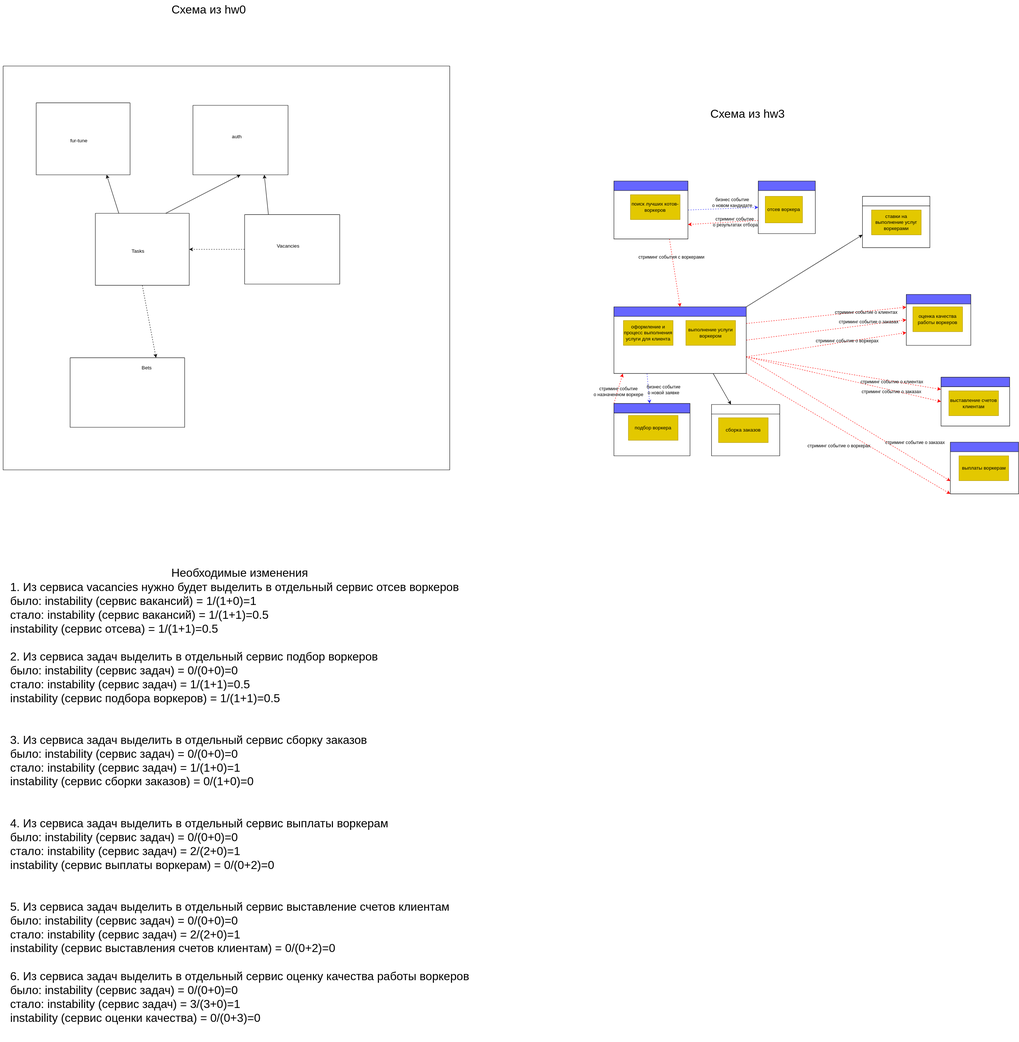
Earlier version of the draw.io export hw4/schema.svg (stroykova/make_cats_free_again). Source tidied: cells renumbered, new cells last; positions are measured from the earlier drawing's top-left corner, leaving out a move shared by most shapes.
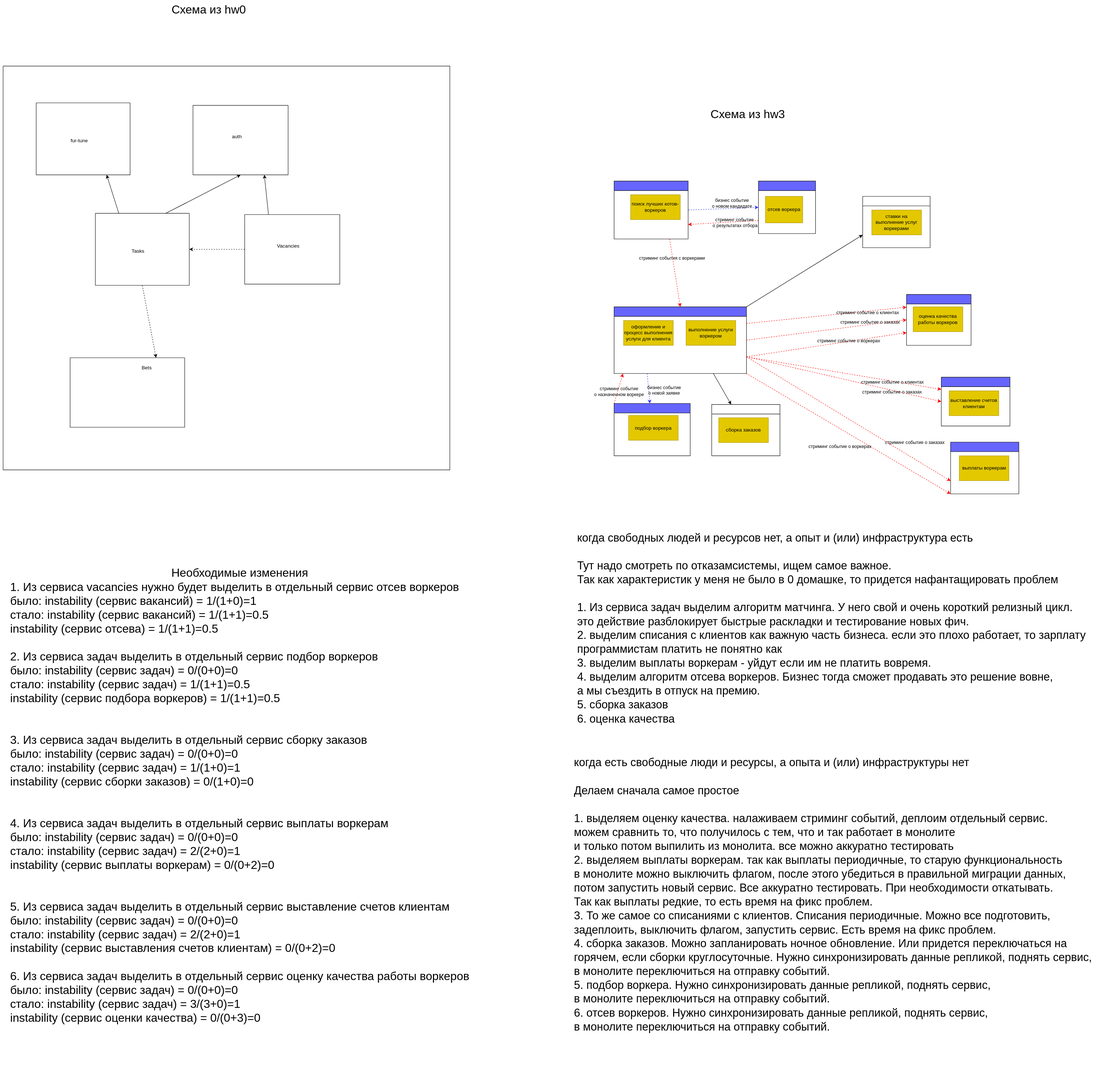
After the commit.

The edit, as a diff of the source:
```diff
@@ -213,5 +213,11 @@
     <mxCell id="66" value="auth" style="text;html=1;align=center;verticalAlign=middle;strokeColor=none;fillColor=none;" parent="65" vertex="1">
       <mxGeometry x="85" y="63" width="41" height="26" as="geometry" />
     </mxCell>
+    <mxCell id="67" value="&lt;div style=&quot;text-align: left;&quot;&gt;&lt;span style=&quot;background-color: initial; font-family: &amp;quot;PT Root UI&amp;quot;, sans-serif; font-size: 27px; caret-color: rgb(55, 53, 47);&quot;&gt;когда свободных людей и ресурсов нет, а опыт и (или) инфраструктура есть&lt;/span&gt;&lt;/div&gt;&lt;div style=&quot;text-align: left;&quot;&gt;&lt;span style=&quot;background-color: initial; font-family: &amp;quot;PT Root UI&amp;quot;, sans-serif; font-size: 27px; caret-color: rgb(55, 53, 47);&quot;&gt;&lt;br&gt;&lt;/span&gt;&lt;/div&gt;&lt;div style=&quot;text-align: left;&quot;&gt;&lt;font face=&quot;PT Root UI, sans-serif&quot;&gt;&lt;span style=&quot;font-size: 27px; caret-color: rgb(55, 53, 47);&quot;&gt;Тут надо смотреть по отказамсистемы, ищем самое важное.&amp;nbsp;&lt;/span&gt;&lt;/font&gt;&lt;/div&gt;&lt;div style=&quot;text-align: left;&quot;&gt;&lt;font face=&quot;PT Root UI, sans-serif&quot;&gt;&lt;span style=&quot;font-size: 27px; caret-color: rgb(55, 53, 47);&quot;&gt;Так как характеристик у меня не было в 0 домашке, то придется нафантащировать проблем&lt;/span&gt;&lt;/font&gt;&lt;/div&gt;&lt;div style=&quot;text-align: left;&quot;&gt;&lt;font face=&quot;PT Root UI, sans-serif&quot;&gt;&lt;span style=&quot;font-size: 27px; caret-color: rgb(55, 53, 47);&quot;&gt;&lt;br&gt;&lt;/span&gt;&lt;/font&gt;&lt;/div&gt;&lt;div style=&quot;text-align: left;&quot;&gt;&lt;font face=&quot;PT Root UI, sans-serif&quot;&gt;&lt;span style=&quot;font-size: 27px; caret-color: rgb(55, 53, 47);&quot;&gt;1. Из сервиса задач выделим алгоритм матчинга. У него свой и очень короткий релизный цикл.&lt;/span&gt;&lt;/font&gt;&lt;/div&gt;&lt;div style=&quot;text-align: left;&quot;&gt;&lt;font face=&quot;PT Root UI, sans-serif&quot;&gt;&lt;span style=&quot;font-size: 27px; caret-color: rgb(55, 53, 47);&quot;&gt;это действие разблокирует быстрые раскладки и тестирование новых фич.&lt;/span&gt;&lt;/font&gt;&lt;/div&gt;&lt;div style=&quot;text-align: left;&quot;&gt;&lt;font face=&quot;PT Root UI, sans-serif&quot;&gt;&lt;span style=&quot;font-size: 27px; caret-color: rgb(55, 53, 47);&quot;&gt;2. выделим списания с клиентов как важную часть бизнеса. если это плохо работает, то зарплату&amp;nbsp;&lt;/span&gt;&lt;/font&gt;&lt;/div&gt;&lt;div style=&quot;text-align: left;&quot;&gt;&lt;font face=&quot;PT Root UI, sans-serif&quot;&gt;&lt;span style=&quot;font-size: 27px; caret-color: rgb(55, 53, 47);&quot;&gt;программистам платить не понятно как&lt;/span&gt;&lt;/font&gt;&lt;/div&gt;&lt;div style=&quot;text-align: left;&quot;&gt;&lt;font face=&quot;PT Root UI, sans-serif&quot;&gt;&lt;span style=&quot;font-size: 27px; caret-color: rgb(55, 53, 47);&quot;&gt;3. выделим выплаты воркерам - уйдут если им не платить вовремя.&lt;/span&gt;&lt;/font&gt;&lt;/div&gt;&lt;div style=&quot;text-align: left;&quot;&gt;&lt;div style=&quot;border-color: var(--border-color);&quot;&gt;&lt;font style=&quot;border-color: var(--border-color);&quot; face=&quot;PT Root UI, sans-serif&quot;&gt;&lt;span style=&quot;border-color: var(--border-color); font-size: 27px; caret-color: rgb(55, 53, 47);&quot;&gt;4. выделим алгоритм отсева воркеров. Бизнес тогда сможет продавать это решение вовне,&amp;nbsp;&lt;/span&gt;&lt;/font&gt;&lt;/div&gt;&lt;div style=&quot;border-color: var(--border-color);&quot;&gt;&lt;font style=&quot;border-color: var(--border-color);&quot; face=&quot;PT Root UI, sans-serif&quot;&gt;&lt;span style=&quot;border-color: var(--border-color); font-size: 27px; caret-color: rgb(55, 53, 47);&quot;&gt;а мы съездить в отпуск на премию.&lt;/span&gt;&lt;/font&gt;&lt;/div&gt;&lt;div style=&quot;border-color: var(--border-color);&quot;&gt;&lt;font style=&quot;border-color: var(--border-color);&quot; face=&quot;PT Root UI, sans-serif&quot;&gt;&lt;span style=&quot;border-color: var(--border-color); font-size: 27px; caret-color: rgb(55, 53, 47);&quot;&gt;5. сборка заказов&lt;/span&gt;&lt;/font&gt;&lt;/div&gt;&lt;div style=&quot;border-color: var(--border-color);&quot;&gt;&lt;font style=&quot;border-color: var(--border-color);&quot; face=&quot;PT Root UI, sans-serif&quot;&gt;&lt;span style=&quot;border-color: var(--border-color); font-size: 27px; caret-color: rgb(55, 53, 47);&quot;&gt;6. оценка качества&lt;/span&gt;&lt;/font&gt;&lt;/div&gt;&lt;div style=&quot;border-color: var(--border-color);&quot;&gt;&lt;font style=&quot;border-color: var(--border-color);&quot; face=&quot;PT Root UI, sans-serif&quot;&gt;&lt;span style=&quot;border-color: var(--border-color); font-size: 27px; caret-color: rgb(55, 53, 47);&quot;&gt;&lt;br&gt;&lt;/span&gt;&lt;/font&gt;&lt;/div&gt;&lt;div style=&quot;border-color: var(--border-color);&quot;&gt;&lt;font style=&quot;border-color: var(--border-color);&quot; face=&quot;PT Root UI, sans-serif&quot;&gt;&lt;span style=&quot;border-color: var(--border-color); font-size: 27px; caret-color: rgb(55, 53, 47);&quot;&gt;&lt;br&gt;&lt;/span&gt;&lt;/font&gt;&lt;/div&gt;&lt;/div&gt;&lt;div style=&quot;text-align: left;&quot;&gt;&lt;font face=&quot;PT Root UI, sans-serif&quot;&gt;&lt;span style=&quot;font-size: 27px; caret-color: rgb(55, 53, 47);&quot;&gt;&lt;br&gt;&lt;/span&gt;&lt;/font&gt;&lt;/div&gt;" style="text;html=1;align=center;verticalAlign=middle;strokeColor=none;fillColor=none;fontSize=28;" parent="1" vertex="1">
+      <mxGeometry x="1368" y="1276" width="1290" height="583" as="geometry" />
+    </mxCell>
+    <mxCell id="68" value="&lt;div style=&quot;text-align: left;&quot;&gt;&lt;span style=&quot;font-family: &amp;quot;PT Root UI&amp;quot;, sans-serif; caret-color: rgb(55, 53, 47); background-color: initial;&quot;&gt;&lt;font style=&quot;font-size: 27px;&quot;&gt;когда есть свободные люди и ресурсы, а опыта и (или) инфраструктуры нет&lt;/font&gt;&lt;/span&gt;&lt;br&gt;&lt;/div&gt;&lt;div style=&quot;text-align: left;&quot;&gt;&lt;span style=&quot;background-color: initial; font-family: &amp;quot;PT Root UI&amp;quot;, sans-serif; font-size: 27px; caret-color: rgb(55, 53, 47);&quot;&gt;&lt;br&gt;&lt;/span&gt;&lt;/div&gt;&lt;div style=&quot;text-align: left;&quot;&gt;&lt;font face=&quot;PT Root UI, sans-serif&quot;&gt;&lt;span style=&quot;font-size: 27px; caret-color: rgb(55, 53, 47);&quot;&gt;Делаем сначала самое простое&lt;/span&gt;&lt;/font&gt;&lt;/div&gt;&lt;div style=&quot;text-align: left;&quot;&gt;&lt;font face=&quot;PT Root UI, sans-serif&quot;&gt;&lt;span style=&quot;font-size: 27px; caret-color: rgb(55, 53, 47);&quot;&gt;&lt;br&gt;&lt;/span&gt;&lt;/font&gt;&lt;/div&gt;&lt;div style=&quot;text-align: left;&quot;&gt;&lt;font face=&quot;PT Root UI, sans-serif&quot;&gt;&lt;span style=&quot;font-size: 27px; caret-color: rgb(55, 53, 47);&quot;&gt;1. выделяем оценку качества. налаживаем стриминг событий, деплоим отдельный сервис.&amp;nbsp;&lt;/span&gt;&lt;/font&gt;&lt;/div&gt;&lt;div style=&quot;text-align: left;&quot;&gt;&lt;font face=&quot;PT Root UI, sans-serif&quot;&gt;&lt;span style=&quot;font-size: 27px; caret-color: rgb(55, 53, 47);&quot;&gt;можем сравнить то, что получилось с тем, что и так работает в монолите&amp;nbsp;&lt;/span&gt;&lt;/font&gt;&lt;/div&gt;&lt;div style=&quot;text-align: left;&quot;&gt;&lt;font face=&quot;PT Root UI, sans-serif&quot;&gt;&lt;span style=&quot;font-size: 27px; caret-color: rgb(55, 53, 47);&quot;&gt;и только потом выпилить из монолита. все можно аккуратно тестировать&lt;/span&gt;&lt;/font&gt;&lt;/div&gt;&lt;div style=&quot;text-align: left;&quot;&gt;&lt;font face=&quot;PT Root UI, sans-serif&quot;&gt;&lt;span style=&quot;font-size: 27px; caret-color: rgb(55, 53, 47);&quot;&gt;2. выделяем выплаты воркерам. так как выплаты периодичные, то старую функциональность&amp;nbsp;&lt;/span&gt;&lt;/font&gt;&lt;/div&gt;&lt;div style=&quot;text-align: left;&quot;&gt;&lt;font face=&quot;PT Root UI, sans-serif&quot;&gt;&lt;span style=&quot;font-size: 27px; caret-color: rgb(55, 53, 47);&quot;&gt;в монолите можно выключить флагом, после этого убедиться в правильной миграции данных,&amp;nbsp;&lt;/span&gt;&lt;/font&gt;&lt;/div&gt;&lt;div style=&quot;text-align: left;&quot;&gt;&lt;font face=&quot;PT Root UI, sans-serif&quot;&gt;&lt;span style=&quot;font-size: 27px; caret-color: rgb(55, 53, 47);&quot;&gt;потом запустить новый сервис. Все аккуратно тестировать. При необходимости откатывать.&lt;/span&gt;&lt;/font&gt;&lt;/div&gt;&lt;div style=&quot;text-align: left;&quot;&gt;&lt;font face=&quot;PT Root UI, sans-serif&quot;&gt;&lt;span style=&quot;font-size: 27px; caret-color: rgb(55, 53, 47);&quot;&gt;Так как выплаты редкие, то есть время на фикс проблем.&lt;/span&gt;&lt;/font&gt;&lt;/div&gt;&lt;div style=&quot;text-align: left;&quot;&gt;&lt;font face=&quot;PT Root UI, sans-serif&quot;&gt;&lt;span style=&quot;font-size: 27px; caret-color: rgb(55, 53, 47);&quot;&gt;3. То же самое со списаниями с клиентов. Списания периодичные. Можно все подготовить,&amp;nbsp;&lt;/span&gt;&lt;/font&gt;&lt;/div&gt;&lt;div style=&quot;text-align: left;&quot;&gt;&lt;font face=&quot;PT Root UI, sans-serif&quot;&gt;&lt;span style=&quot;font-size: 27px; caret-color: rgb(55, 53, 47);&quot;&gt;задеплоить, выключить флагом, запустить сервис. Есть время на фикс проблем.&lt;/span&gt;&lt;/font&gt;&lt;/div&gt;&lt;div style=&quot;text-align: left;&quot;&gt;&lt;font face=&quot;PT Root UI, sans-serif&quot;&gt;&lt;span style=&quot;font-size: 27px; caret-color: rgb(55, 53, 47);&quot;&gt;4. сборка заказов.&amp;nbsp;&lt;/span&gt;&lt;/font&gt;&lt;span style=&quot;background-color: initial; font-family: &amp;quot;PT Root UI&amp;quot;, sans-serif; font-size: 27px; caret-color: rgb(55, 53, 47);&quot;&gt;Можно запланировать ночное обновление. Или придется переключаться на&lt;/span&gt;&lt;/div&gt;&lt;div style=&quot;text-align: left;&quot;&gt;&lt;span style=&quot;background-color: initial; font-family: &amp;quot;PT Root UI&amp;quot;, sans-serif; font-size: 27px; caret-color: rgb(55, 53, 47);&quot;&gt;горячем, если сборки круглосуточные. Нужно синхронизировать данные репликой, поднять сервис,&lt;/span&gt;&lt;/div&gt;&lt;div style=&quot;text-align: left;&quot;&gt;&lt;span style=&quot;background-color: initial; font-family: &amp;quot;PT Root UI&amp;quot;, sans-serif; font-size: 27px; caret-color: rgb(55, 53, 47);&quot;&gt;в монолите переключиться на отправку событий.&lt;/span&gt;&lt;/div&gt;&lt;div style=&quot;text-align: left;&quot;&gt;&lt;span style=&quot;background-color: initial; font-family: &amp;quot;PT Root UI&amp;quot;, sans-serif; font-size: 27px; caret-color: rgb(55, 53, 47);&quot;&gt;5. подбор воркера.&amp;nbsp;&lt;/span&gt;&lt;span style=&quot;background-color: initial; font-family: &amp;quot;PT Root UI&amp;quot;, sans-serif; font-size: 27px; caret-color: rgb(55, 53, 47);&quot;&gt;Нужно синхронизировать данные репликой, поднять сервис,&lt;/span&gt;&lt;/div&gt;&lt;div style=&quot;border-color: var(--border-color); text-align: left;&quot;&gt;&lt;span style=&quot;border-color: var(--border-color); background-color: initial; font-family: &amp;quot;PT Root UI&amp;quot;, sans-serif; font-size: 27px; caret-color: rgb(55, 53, 47);&quot;&gt;в монолите переключиться на отправку событий.&lt;/span&gt;&lt;/div&gt;&lt;div style=&quot;border-color: var(--border-color); text-align: left;&quot;&gt;&lt;span style=&quot;border-color: var(--border-color); background-color: initial; font-family: &amp;quot;PT Root UI&amp;quot;, sans-serif; font-size: 27px; caret-color: rgb(55, 53, 47);&quot;&gt;6. отсев воркеров.&amp;nbsp;&lt;/span&gt;&lt;span style=&quot;background-color: initial; font-family: &amp;quot;PT Root UI&amp;quot;, sans-serif; font-size: 27px; caret-color: rgb(55, 53, 47);&quot;&gt;Нужно синхронизировать данные репликой, поднять сервис,&lt;/span&gt;&lt;/div&gt;&lt;div style=&quot;border-color: var(--border-color); text-align: left;&quot;&gt;&lt;span style=&quot;border-color: var(--border-color); background-color: initial; font-family: &amp;quot;PT Root UI&amp;quot;, sans-serif; font-size: 27px; caret-color: rgb(55, 53, 47);&quot;&gt;в монолите переключиться на отправку событий.&lt;/span&gt;&lt;/div&gt;&lt;div style=&quot;text-align: left;&quot;&gt;&lt;br&gt;&lt;/div&gt;&lt;div style=&quot;text-align: left;&quot;&gt;&lt;div style=&quot;border-color: var(--border-color);&quot;&gt;&lt;font style=&quot;border-color: var(--border-color);&quot; face=&quot;PT Root UI, sans-serif&quot;&gt;&lt;span style=&quot;border-color: var(--border-color); font-size: 27px; caret-color: rgb(55, 53, 47);&quot;&gt;&lt;br&gt;&lt;/span&gt;&lt;/font&gt;&lt;/div&gt;&lt;div style=&quot;border-color: var(--border-color);&quot;&gt;&lt;font style=&quot;border-color: var(--border-color);&quot; face=&quot;PT Root UI, sans-serif&quot;&gt;&lt;span style=&quot;border-color: var(--border-color); font-size: 27px; caret-color: rgb(55, 53, 47);&quot;&gt;&lt;br&gt;&lt;/span&gt;&lt;/font&gt;&lt;/div&gt;&lt;/div&gt;&lt;div style=&quot;text-align: left;&quot;&gt;&lt;font face=&quot;PT Root UI, sans-serif&quot;&gt;&lt;span style=&quot;font-size: 27px; caret-color: rgb(55, 53, 47);&quot;&gt;&lt;br&gt;&lt;/span&gt;&lt;/font&gt;&lt;/div&gt;" style="text;html=1;align=center;verticalAlign=middle;strokeColor=none;fillColor=none;fontSize=28;" parent="1" vertex="1">
+      <mxGeometry x="1363" y="1820" width="1300" height="818" as="geometry" />
+    </mxCell>
   </root>
 </mxGraphModel>
```
